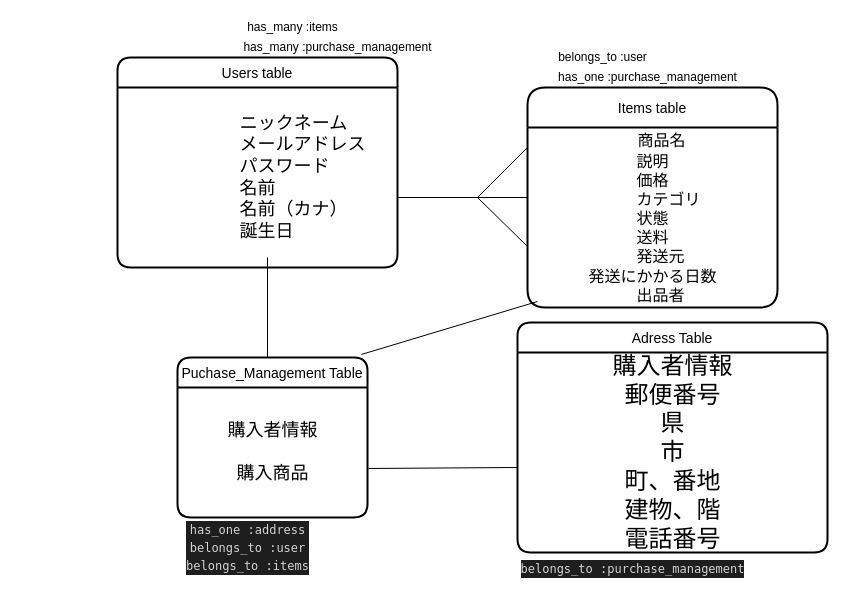
TomoyaOkuhiro/furima-33856 keeps this draw.io diagram as database_er_graph.dio. Above is the earlier version. Source tidied: cells renumbered, new cells numbered last; positions are measured from the earlier drawing's top-left corner, leaving out a move shared by most shapes. Both pictures are drawn from the tidied source at 100%, with x=0, y=0 at pixel (107, 17).
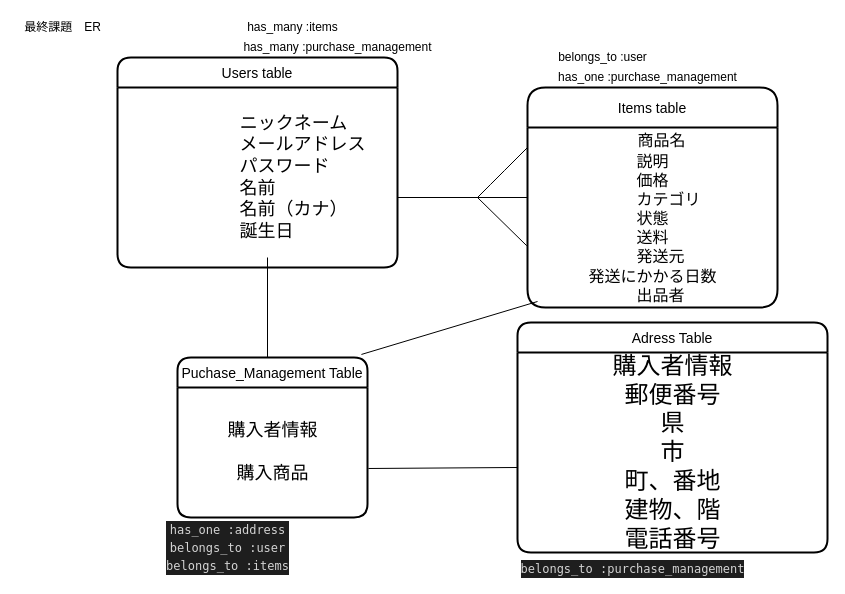
After the change.

The edit, as a diff of the source:
```diff
@@
     <mxCell id="17" value="&lt;div style=&quot;color: rgb(212 , 212 , 212) ; background-color: rgb(30 , 30 , 30) ; font-family: &amp;#34;menlo&amp;#34; , &amp;#34;monaco&amp;#34; , &amp;#34;courier new&amp;#34; , monospace ; line-height: 18px&quot;&gt;&lt;div&gt;has_one :address&lt;/div&gt;&lt;div&gt;belongs_to :user&lt;/div&gt;&lt;div&gt;belongs_to :items&lt;/div&gt;&lt;/div&gt;" style="text;html=1;align=center;verticalAlign=middle;" parent="1" vertex="1">
-      <mxGeometry x="70" y="500" width="140" height="60" as="geometry" />
+      <mxGeometry x="50" y="500" width="140" height="60" as="geometry" />
     </mxCell>
@@
+    <mxCell id="22" value="最終課題　ER" style="text;html=1;align=center;verticalAlign=middle;" parent="1" vertex="1">
+      <mxGeometry x="-90" width="90" height="20" as="geometry" />
+    </mxCell>
```
